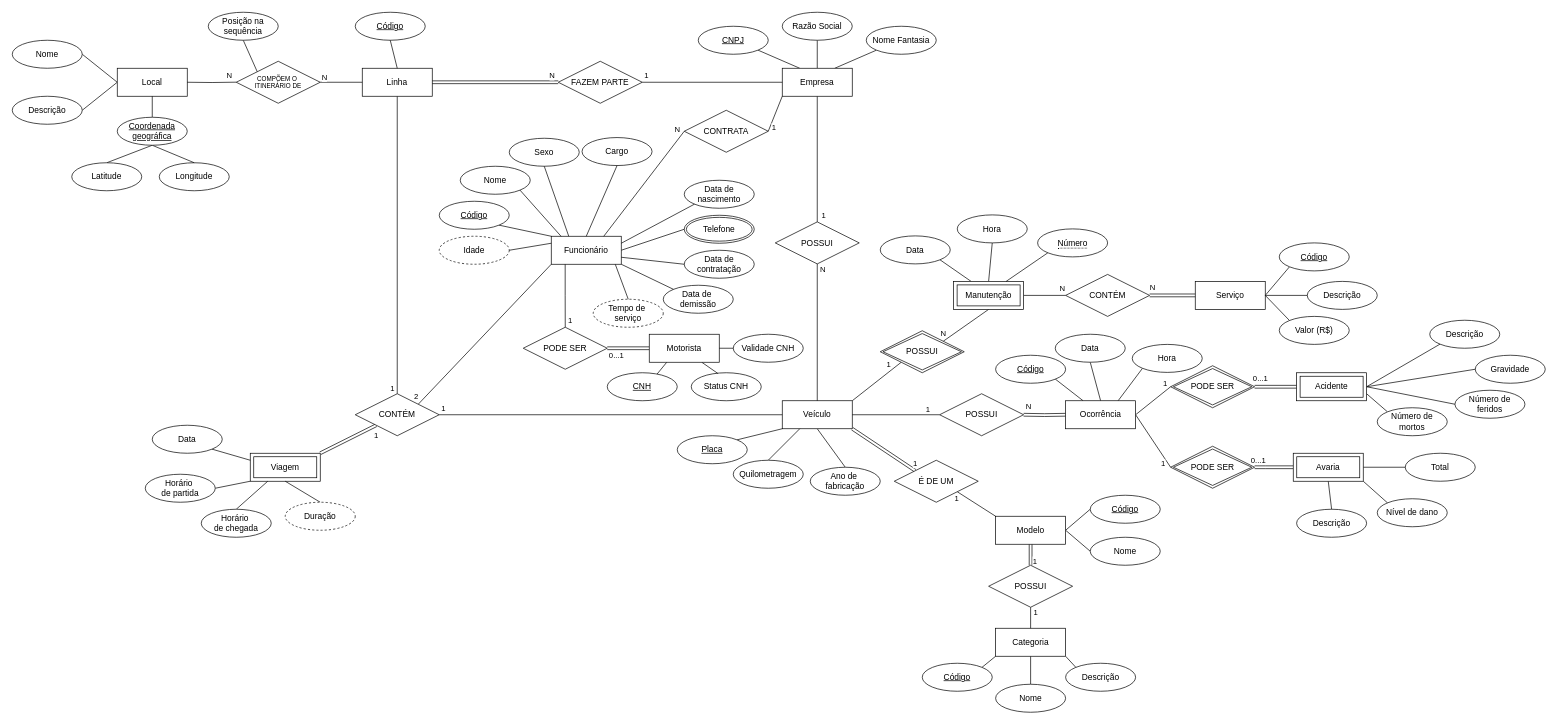
The draw.io diagram drawio/conceptual_model.drawio in gscolombo/Projeto---BD, before the edit. Source tidied: cells renumbered, new cells numbered last; positions are measured from the earlier drawing's top-left corner, leaving out a move shared by most shapes. Both pictures are drawn from the tidied source at 70%, with x=0, y=0 at pixel (12, 12).
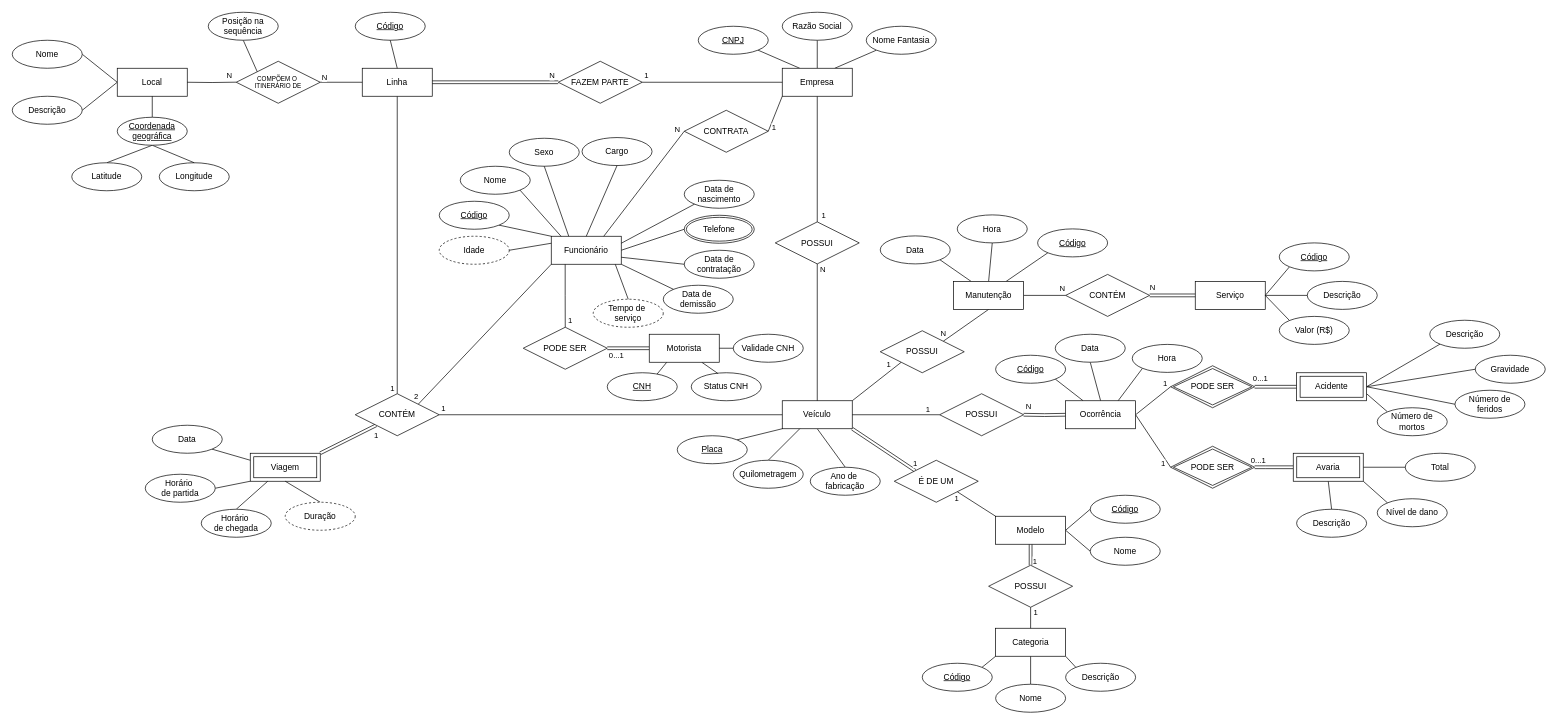
Above is the later version.

Commit message:
Remodelagem de "Manutenção" como entidade forte

Unchanged cells that the change refers to:
```xml
<mxCell id="13" value="Veículo" style="whiteSpace=wrap;html=1;align=center;" parent="1" vertex="1">
  <mxGeometry x="1100" y="555" width="100" height="40" as="geometry" />
</mxCell>
```

What changed in the source:
```diff
@@
-    <mxCell id="11" style="rounded=0;jettySize=auto;html=1;exitX=1;exitY=0;exitDx=0;exitDy=0;entryX=0;entryY=1;entryDx=0;entryDy=0;endArrow=none;endFill=0;" parent="1" edge="1" source="13" target="142">
-      <mxGeometry relative="1" as="geometry" />
+    <mxCell id="11" style="rounded=0;jettySize=auto;html=1;exitX=1;exitY=0;exitDx=0;exitDy=0;entryX=0;entryY=1;entryDx=0;entryDy=0;endArrow=none;endFill=0;" parent="1" edge="1" source="13">
+      <mxGeometry relative="1" as="geometry">
+        <mxPoint x="1270" y="500" as="targetPoint" />
+      </mxGeometry>
     </mxCell>
@@
-    <mxCell id="140" style="rounded=0;jettySize=auto;html=1;exitX=1;exitY=0;exitDx=0;exitDy=0;entryX=0.5;entryY=1;entryDx=0;entryDy=0;endArrow=none;endFill=0;" parent="1" edge="1" source="142">
+    <mxCell id="140" style="rounded=0;orthogonalLoop=1;jettySize=auto;html=1;exitX=1;exitY=0;exitDx=0;exitDy=0;entryX=0.5;entryY=1;entryDx=0;entryDy=0;endArrow=none;endFill=0;" parent="1" edge="1">
       <mxGeometry relative="1" as="geometry">
+        <mxPoint x="1330" y="470" as="sourcePoint" />
         <mxPoint x="1394.8" y="424.5" as="targetPoint" />
       </mxGeometry>
     </mxCell>
@@
-    <mxCell id="142" value="POSSUI" style="shape=rhombus;double=1;perimeter=rhombusPerimeter;whiteSpace=wrap;html=1;align=center;" parent="1" vertex="1">
-      <mxGeometry x="1240" y="455" width="120" height="60" as="geometry" />
-    </mxCell>
@@
-    <mxCell id="154" value="Manutenção" style="shape=ext;margin=3;double=1;whiteSpace=wrap;html=1;align=center;" parent="1" vertex="1">
-      <mxGeometry x="1344.8" y="384.5" width="100" height="40" as="geometry" />
-    </mxCell>
@@
-    <mxCell id="173" value="&lt;span style=&quot;border-bottom: 1px dotted;&quot;&gt;Número&lt;/span&gt;" style="ellipse;whiteSpace=wrap;html=1;align=center;" parent="1" vertex="1">
+    <mxCell id="173" value="&lt;u&gt;Código&lt;/u&gt;" style="ellipse;whiteSpace=wrap;html=1;align=center;" parent="1" vertex="1">
       <mxGeometry x="1464.8" y="309.5" width="100" height="40" as="geometry" />
     </mxCell>
-    <mxCell id="174" style="rounded=0;jettySize=auto;html=1;exitX=0.75;exitY=0;exitDx=0;exitDy=0;entryX=0;entryY=1;entryDx=0;entryDy=0;endArrow=none;endFill=0;" parent="1" edge="1" source="154" target="173">
-      <mxGeometry relative="1" as="geometry" />
+    <mxCell id="174" style="rounded=0;jettySize=auto;html=1;exitX=0.75;exitY=0;exitDx=0;exitDy=0;entryX=0;entryY=1;entryDx=0;entryDy=0;endArrow=none;endFill=0;" parent="1" edge="1" target="173">
+      <mxGeometry relative="1" as="geometry">
+        <mxPoint x="1419.8" y="384.5" as="sourcePoint" />
+      </mxGeometry>
     </mxCell>
@@
+    <mxCell id="154" value="Manutenção" style="whiteSpace=wrap;html=1;align=center;" parent="1" vertex="1">
+      <mxGeometry x="1344.8" y="384.5" width="100" height="40" as="geometry" />
+    </mxCell>
+    <mxCell id="142" value="POSSUI" style="shape=rhombus;perimeter=rhombusPerimeter;whiteSpace=wrap;html=1;align=center;" parent="1" vertex="1">
+      <mxGeometry x="1240" y="455" width="120" height="60" as="geometry" />
+    </mxCell>
```
